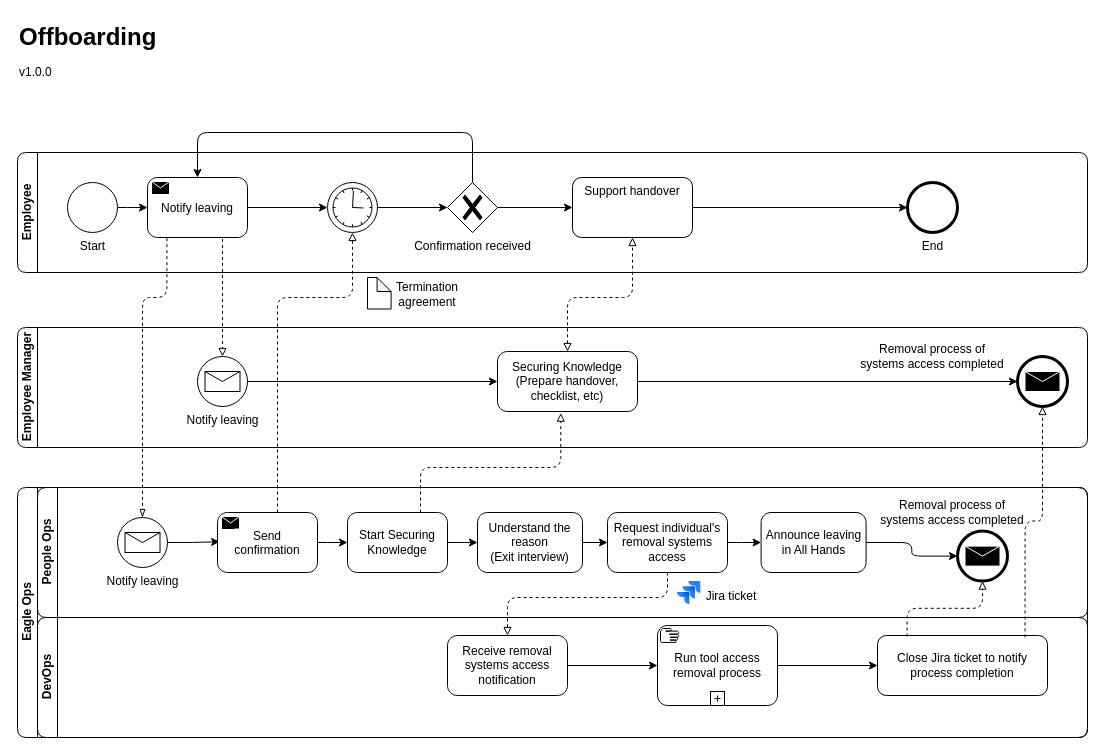
Before: page "Offboarding" (1 of 6) of diagrams/eagleops-proc.drawio in chilcano/how-tos, a draw.io diagram. Source tidied: cells renumbered, new cells numbered last; positions are measured from the earlier drawing's top-left corner, leaving out a move shared by most shapes. Both pictures are drawn from the tidied source at 100%, with x=0, y=0 at pixel (17, 17).
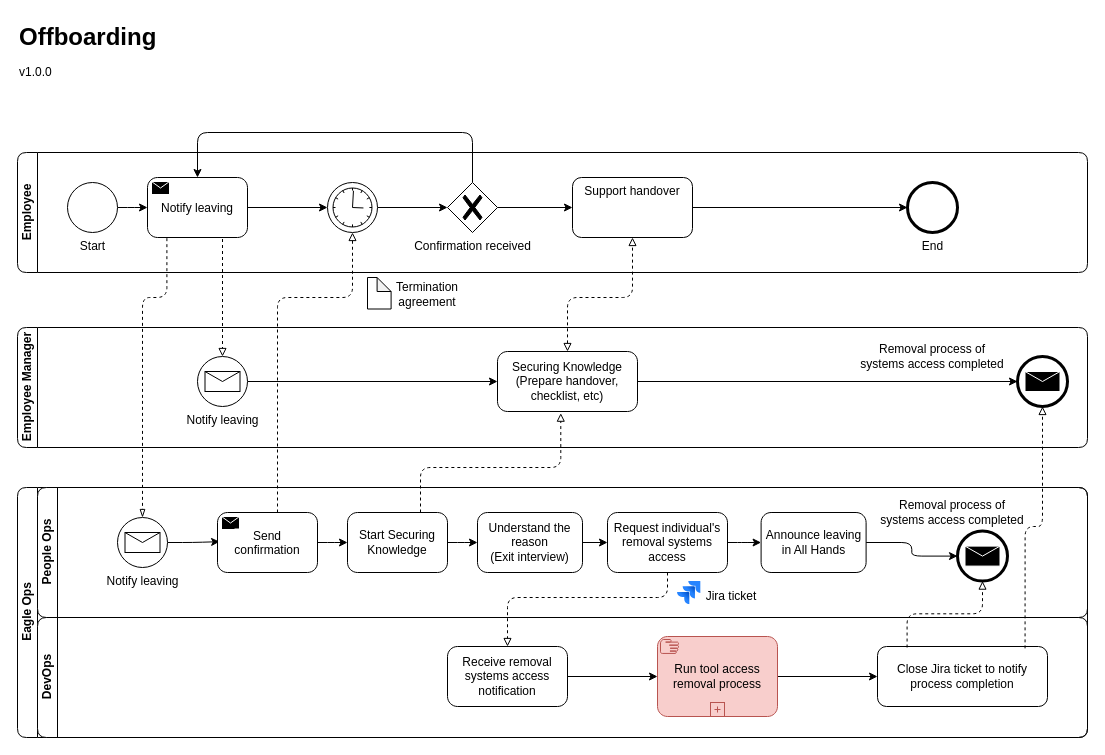
The same diagram, later.

Commit message:
feat(processes): update offboarding diagram

Unchanged cells that the change refers to:
```xml
<mxCell id="20" value="DevOps" style="swimlane;startSize=20;horizontal=0;html=1;rounded=1;" parent="2" vertex="1">
  <mxGeometry x="20" y="130" width="1050" height="120" as="geometry" />
</mxCell>
```

Diff of the diagram source:
```diff
@@
     <mxCell id="22" value="Receive removal systems access notification" style="points=[[0.25,0,0],[0.5,0,0],[0.75,0,0],[1,0.25,0],[1,0.5,0],[1,0.75,0],[0.75,1,0],[0.5,1,0],[0.25,1,0],[0,0.75,0],[0,0.5,0],[0,0.25,0]];shape=mxgraph.bpmn.task;whiteSpace=wrap;rectStyle=rounded;size=10;html=1;taskMarker=abstract;rounded=1;" parent="20" vertex="1">
-      <mxGeometry x="410" y="18" width="120" height="60" as="geometry" />
+      <mxGeometry x="410" y="29" width="120" height="60" as="geometry" />
     </mxCell>
@@
     <mxCell id="24" value="Close Jira ticket to notify process completion" style="whiteSpace=wrap;html=1;rounded=1;" parent="20" vertex="1">
-      <mxGeometry x="840" y="18" width="170" height="60" as="geometry" />
+      <mxGeometry x="840" y="29" width="170" height="60" as="geometry" />
     </mxCell>
-    <mxCell id="25" value="Run tool access removal process" style="points=[[0.25,0,0],[0.5,0,0],[0.75,0,0],[1,0.25,0],[1,0.5,0],[1,0.75,0],[0.75,1,0],[0.5,1,0],[0.25,1,0],[0,0.75,0],[0,0.5,0],[0,0.25,0]];shape=mxgraph.bpmn.task;whiteSpace=wrap;rectStyle=rounded;size=10;html=1;taskMarker=manual;isLoopSub=1;" parent="20" vertex="1">
-      <mxGeometry x="620" y="8" width="120" height="80" as="geometry" />
+    <mxCell id="25" value="Run tool access removal process" style="points=[[0.25,0,0],[0.5,0,0],[0.75,0,0],[1,0.25,0],[1,0.5,0],[1,0.75,0],[0.75,1,0],[0.5,1,0],[0.25,1,0],[0,0.75,0],[0,0.5,0],[0,0.25,0]];shape=mxgraph.bpmn.task;whiteSpace=wrap;rectStyle=rounded;size=10;html=1;taskMarker=manual;isLoopSub=1;fillColor=#f8cecc;strokeColor=#b85450;" parent="20" vertex="1">
+      <mxGeometry x="620" y="19" width="120" height="80" as="geometry" />
     </mxCell>
```
